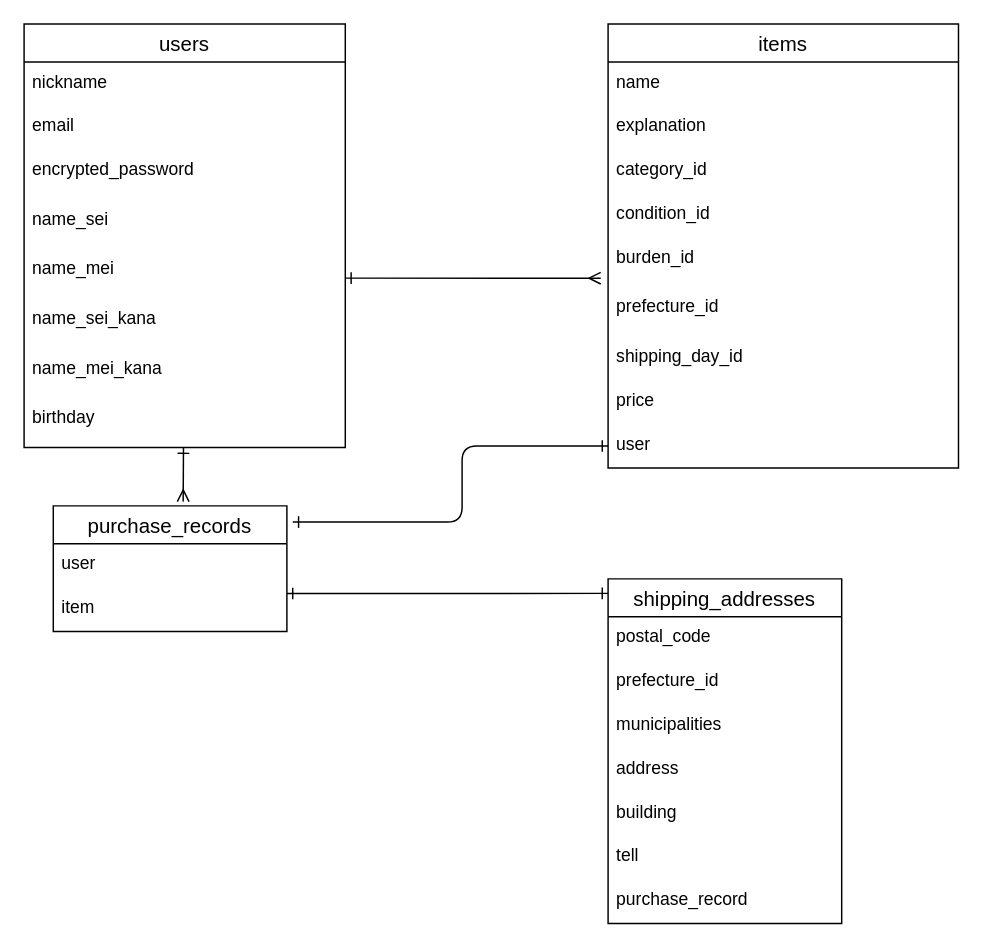
The draw.io diagram ER.dio in kazuhiro-na/furima-37427, before the edit. Source tidied: cells renumbered, new cells numbered last; positions are measured from the earlier drawing's top-left corner, leaving out a move shared by most shapes. Both pictures are drawn from the tidied source at 146%, with x=0, y=0 at pixel (23, 23).
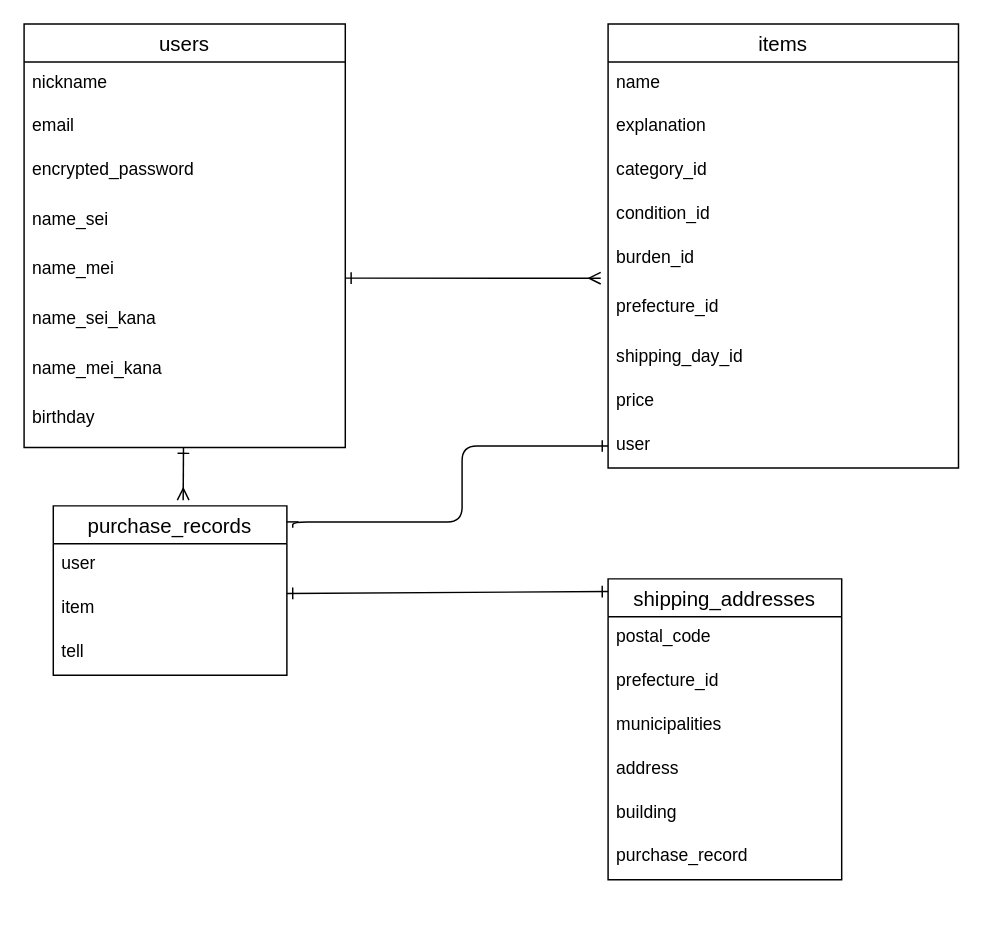
The same diagram, later.

Commit message (it also covers changes not shown here):
tellカラムをpurchase_recordsテーブルに変更

What changed in the source:
```diff
@@
     <mxCell id="23" value="purchase_records" style="swimlane;fontStyle=0;horizontal=1;startSize=26;align=center;fontSize=14;" parent="1" vertex="1">
-      <mxGeometry x="20" y="330" width="160" height="86" as="geometry" />
+      <mxGeometry x="20" y="330" width="160" height="116" as="geometry" />
     </mxCell>
@@
-    <mxCell id="25" value="item" style="text;strokeColor=none;fillColor=none;spacingLeft=4;spacingRight=4;overflow=hidden;fontSize=12;" parent="23" vertex="1">
+    <mxCell id="25" value="item" style="text;strokeColor=none;fillColor=none;spacingLeft=4;spacingRight=4;overflow=hidden;fontSize=12;shadow=1;" parent="23" vertex="1">
       <mxGeometry y="56" width="160" height="30" as="geometry" />
     </mxCell>
+    <mxCell id="32" value="tell" style="text;strokeColor=none;fillColor=none;spacingLeft=4;spacingRight=4;overflow=hidden;fontSize=12;shadow=1;" parent="23" vertex="1">
+      <mxGeometry y="86" width="160" height="30" as="geometry" />
+    </mxCell>
     <mxCell id="26" value="shipping_addresses" style="swimlane;fontStyle=0;horizontal=1;startSize=26;align=center;fontSize=14;" parent="1" vertex="1">
-      <mxGeometry x="400" y="380" width="160" height="236" as="geometry" />
+      <mxGeometry x="400" y="380" width="160" height="206" as="geometry" />
     </mxCell>
@@
-    <mxCell id="32" value="tell" style="text;strokeColor=none;fillColor=none;spacingLeft=4;spacingRight=4;overflow=hidden;fontSize=12;" parent="26" vertex="1">
-      <mxGeometry y="176" width="160" height="30" as="geometry" />
-    </mxCell>
     <mxCell id="33" value="purchase_record" style="text;strokeColor=none;fillColor=none;spacingLeft=4;spacingRight=4;overflow=hidden;fontSize=12;" parent="26" vertex="1">
-      <mxGeometry y="206" width="160" height="30" as="geometry" />
+      <mxGeometry y="176" width="160" height="30" as="geometry" />
     </mxCell>
```
